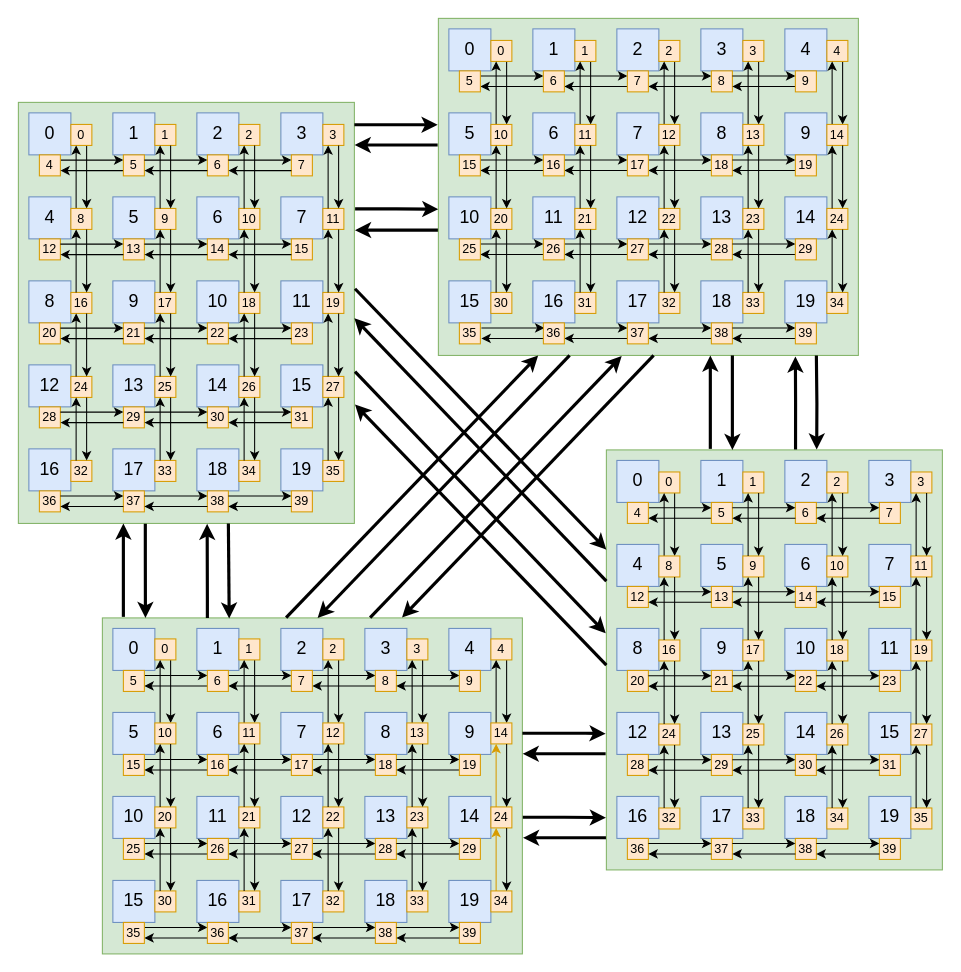
Before: docs/4Die.drawio in xiangli-sophgo/CrossRing, a draw.io diagram. Source tidied: cells renumbered, new cells numbered last; positions are measured from the earlier drawing's top-left corner, leaving out a move shared by most shapes. Both pictures are drawn from the tidied source at 105%, with x=0, y=0 at pixel (18, 18).
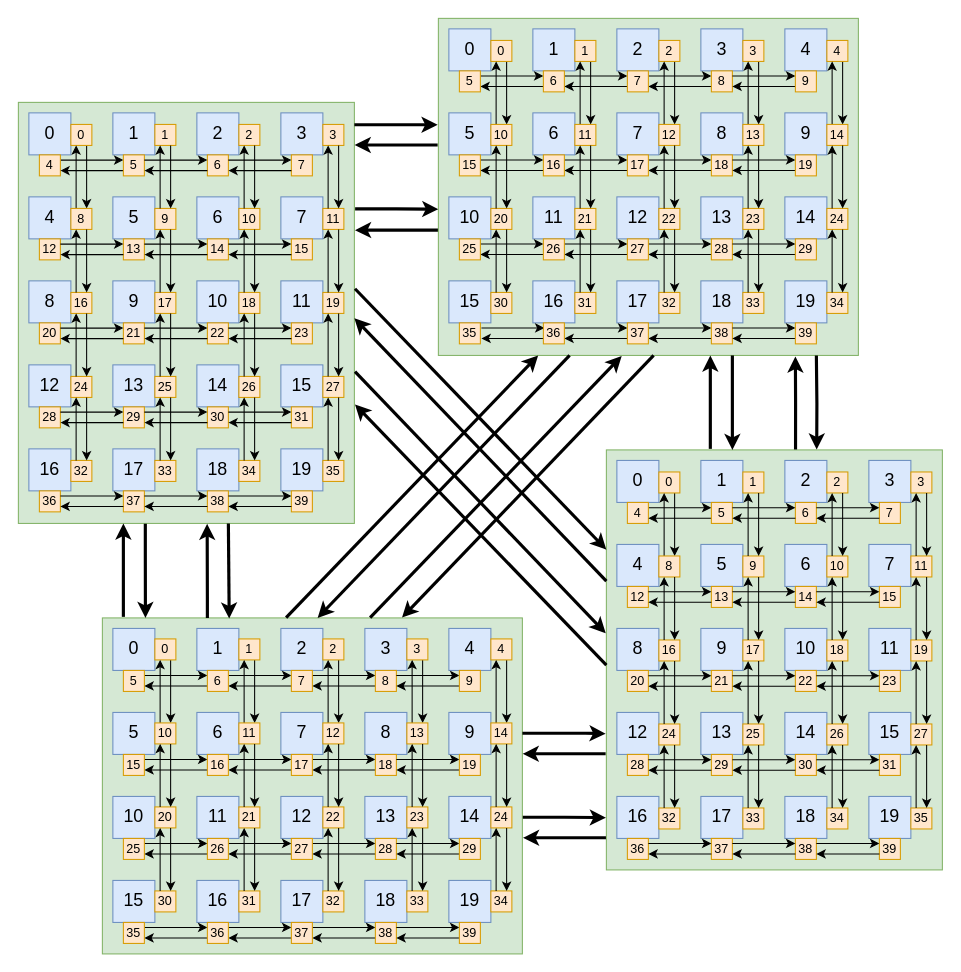
The same diagram, later.

Change to the diagram source:
```diff
@@
-    <mxCell id="394" style="edgeStyle=orthogonalEdgeStyle;rounded=0;orthogonalLoop=1;jettySize=auto;html=1;exitX=0.25;exitY=0;exitDx=0;exitDy=0;entryX=0.25;entryY=1;entryDx=0;entryDy=0;fillColor=#ffe6cc;strokeColor=#d79b00;" parent="1" edge="1">
+    <mxCell id="394" style="edgeStyle=orthogonalEdgeStyle;rounded=0;orthogonalLoop=1;jettySize=auto;html=1;exitX=0.25;exitY=0;exitDx=0;exitDy=0;entryX=0.25;entryY=1;entryDx=0;entryDy=0;fillColor=#ffe6cc;strokeColor=light-dark(#000000, #996500);" parent="1" edge="1">
       <mxGeometry relative="1" as="geometry">
         <mxPoint x="455" y="751" as="sourcePoint" />
         <mxPoint x="455" y="691" as="targetPoint" />
       </mxGeometry>
     </mxCell>
@@
-    <mxCell id="396" style="edgeStyle=orthogonalEdgeStyle;rounded=0;orthogonalLoop=1;jettySize=auto;html=1;exitX=0.25;exitY=0;exitDx=0;exitDy=0;entryX=0.25;entryY=1;entryDx=0;entryDy=0;fillColor=#ffe6cc;strokeColor=#d79b00;" parent="1" edge="1">
+    <mxCell id="396" style="edgeStyle=orthogonalEdgeStyle;rounded=0;orthogonalLoop=1;jettySize=auto;html=1;exitX=0.25;exitY=0;exitDx=0;exitDy=0;entryX=0.25;entryY=1;entryDx=0;entryDy=0;fillColor=#ffe6cc;strokeColor=light-dark(#000000, #996500);" parent="1" edge="1">
       <mxGeometry relative="1" as="geometry">
         <mxPoint x="455" y="831" as="sourcePoint" />
         <mxPoint x="455" y="771" as="targetPoint" />
       </mxGeometry>
     </mxCell>
```
